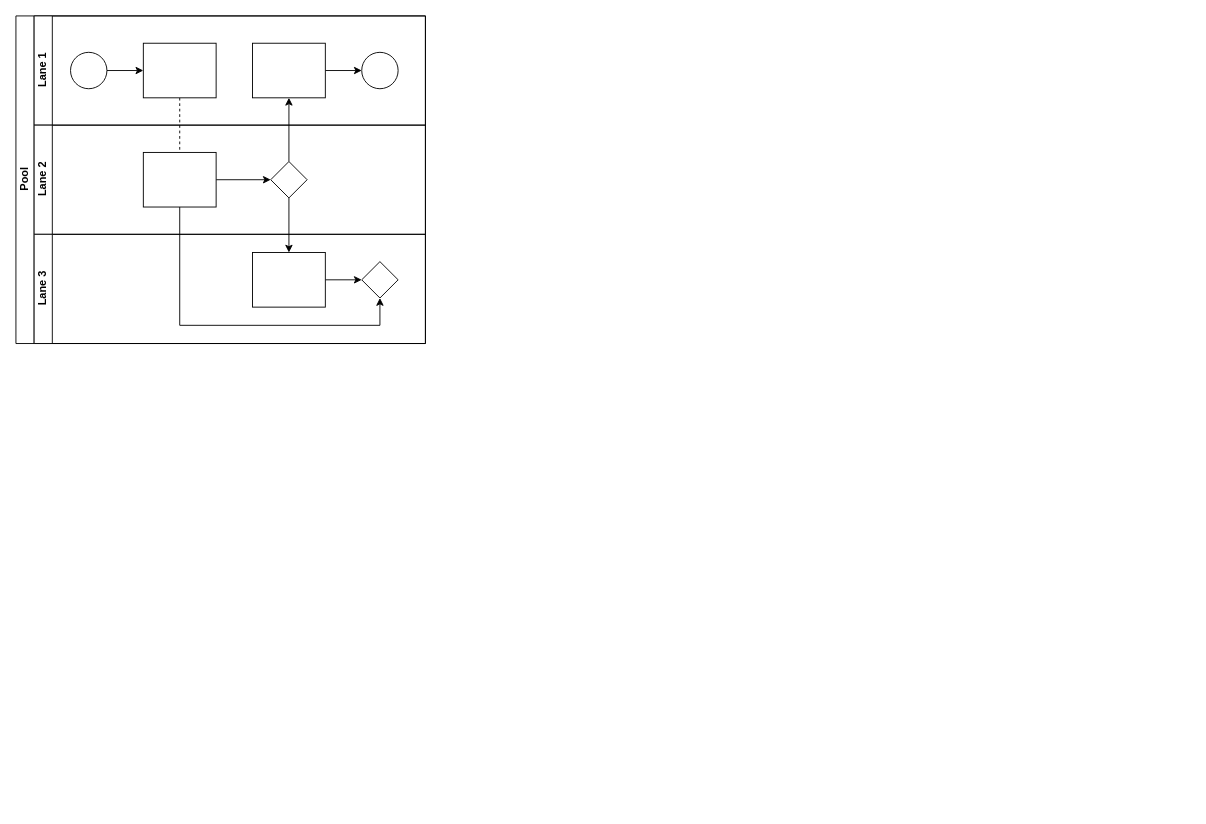
hjee02018/UML keeps this draw.io diagram as WMS_FrameWork.drawio. Above is the earlier version. Source tidied: cells renumbered, new cells numbered last; positions are measured from the earlier drawing's top-left corner, leaving out a move shared by most shapes. Both pictures are drawn from the tidied source at 91%, with x=0, y=0 at pixel (15, 15).
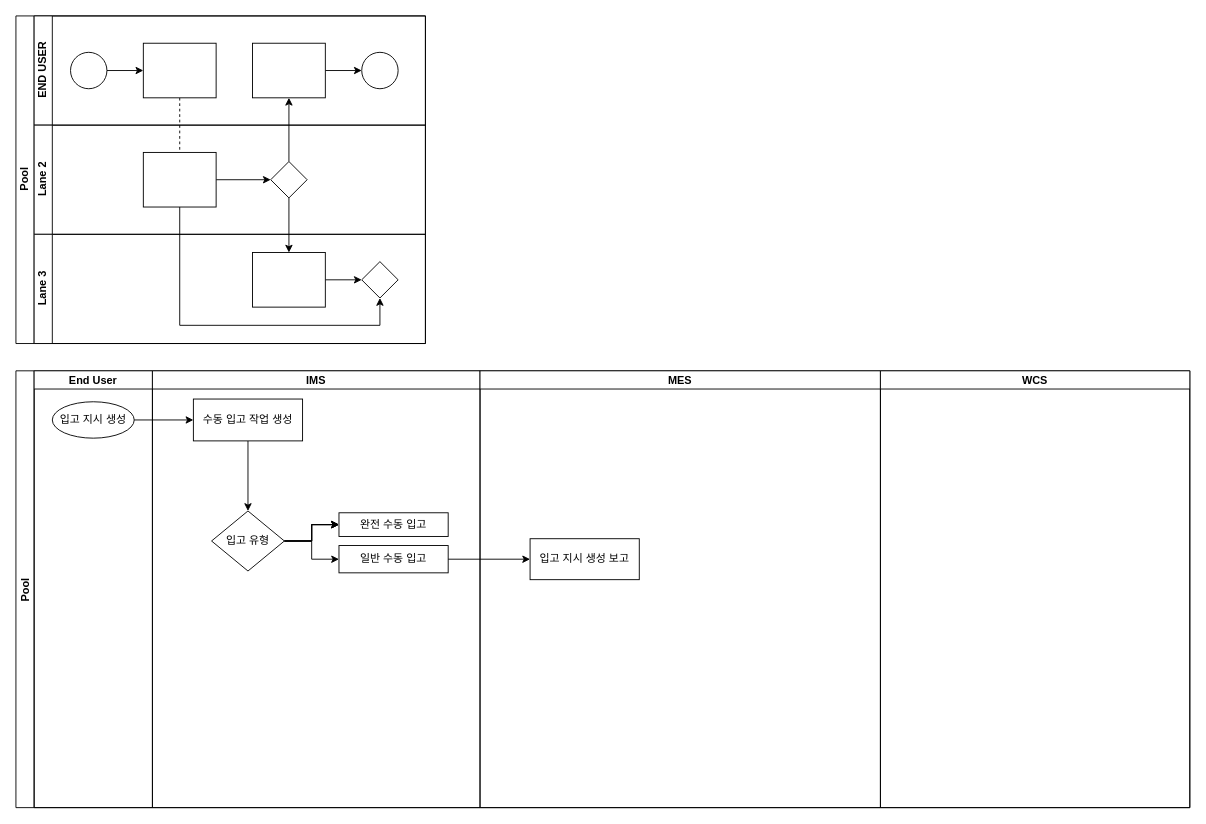
After the change.

The change refers to these unchanged cells:
```xml
<mxCell id="2" value="Pool" style="swimlane;html=1;horizontal=0;startSize=20;" parent="1" vertex="1">
  <mxGeometry width="450" height="360" as="geometry" />
</mxCell>
```

What changed in the source:
```diff
@@
-    <mxCell id="7" value="Lane 1" style="swimlane;html=1;startSize=20;horizontal=0;" parent="2" vertex="1">
+    <mxCell id="7" value="END USER" style="swimlane;html=1;startSize=20;horizontal=0;" parent="2" vertex="1">
       <mxGeometry x="20" width="430" height="120" as="geometry" />
     </mxCell>
@@
+    <mxCell id="22" value="Pool" style="swimlane;startSize=20;horizontal=0;" parent="1" vertex="1">
+      <mxGeometry y="390" width="1290" height="480" as="geometry" />
+    </mxCell>
+    <mxCell id="23" value="End User" style="swimlane;startSize=20;" parent="22" vertex="1">
+      <mxGeometry x="20" width="130" height="480" as="geometry" />
+    </mxCell>
+    <mxCell id="24" value="입고 지시 생성" style="ellipse;whiteSpace=wrap;html=1;" parent="23" vertex="1">
+      <mxGeometry x="20" y="34" width="90" height="40" as="geometry" />
+    </mxCell>
+    <mxCell id="25" value="IMS" style="swimlane;startSize=20;" parent="22" vertex="1">
+      <mxGeometry x="150" width="360" height="480" as="geometry" />
+    </mxCell>
+    <mxCell id="26" style="edgeStyle=orthogonalEdgeStyle;rounded=0;jettySize=auto;html=1;" parent="25" edge="1" source="27" target="33">
+      <mxGeometry relative="1" as="geometry" />
+    </mxCell>
+    <mxCell id="27" value="수동 입고 작업 생성" style="whiteSpace=wrap;html=1;" parent="25" vertex="1">
+      <mxGeometry x="45" y="31" width="120" height="46" as="geometry" />
+    </mxCell>
+    <mxCell id="28" style="edgeStyle=orthogonalEdgeStyle;rounded=0;jettySize=auto;html=1;" parent="25" edge="1" source="33" target="34">
+      <mxGeometry relative="1" as="geometry" />
+    </mxCell>
+    <mxCell id="29" style="edgeStyle=orthogonalEdgeStyle;rounded=0;jettySize=auto;html=1;" parent="25" edge="1" source="33" target="34">
+      <mxGeometry relative="1" as="geometry" />
+    </mxCell>
+    <mxCell id="30" style="edgeStyle=orthogonalEdgeStyle;rounded=0;jettySize=auto;html=1;" parent="25" edge="1" source="33" target="34">
+      <mxGeometry relative="1" as="geometry" />
+    </mxCell>
+    <mxCell id="31" style="edgeStyle=orthogonalEdgeStyle;rounded=0;jettySize=auto;html=1;" parent="25" edge="1" source="33" target="34">
+      <mxGeometry relative="1" as="geometry" />
+    </mxCell>
+    <mxCell id="32" style="edgeStyle=orthogonalEdgeStyle;rounded=0;jettySize=auto;html=1;" parent="25" edge="1" source="33" target="35">
+      <mxGeometry relative="1" as="geometry" />
+    </mxCell>
+    <mxCell id="33" value="입고 유형" style="rhombus;whiteSpace=wrap;html=1;" parent="25" vertex="1">
+      <mxGeometry x="65" y="154" width="80" height="66" as="geometry" />
+    </mxCell>
+    <mxCell id="34" value="완전 수동 입고" style="whiteSpace=wrap;html=1;" parent="25" vertex="1">
+      <mxGeometry x="205" y="156" width="120" height="26" as="geometry" />
+    </mxCell>
+    <mxCell id="35" value="일반 수동 입고" style="whiteSpace=wrap;html=1;" parent="25" vertex="1">
+      <mxGeometry x="205" y="192" width="120" height="30" as="geometry" />
+    </mxCell>
+    <mxCell id="36" style="edgeStyle=orthogonalEdgeStyle;rounded=0;jettySize=auto;html=1;" parent="22" edge="1" source="24" target="27">
+      <mxGeometry relative="1" as="geometry" />
+    </mxCell>
+    <mxCell id="37" value="MES" style="swimlane;startSize=20;" parent="22" vertex="1">
+      <mxGeometry x="510" width="440" height="480" as="geometry" />
+    </mxCell>
+    <mxCell id="38" value="입고 지시 생성 보고" style="whiteSpace=wrap;html=1;" parent="37" vertex="1">
+      <mxGeometry x="55" y="184.5" width="120" height="45" as="geometry" />
+    </mxCell>
+    <mxCell id="39" value="WCS" style="swimlane;startSize=20;" parent="22" vertex="1">
+      <mxGeometry x="950" width="340" height="480" as="geometry" />
+    </mxCell>
+    <mxCell id="40" style="edgeStyle=orthogonalEdgeStyle;rounded=0;jettySize=auto;html=1;" parent="22" edge="1" source="35" target="38">
+      <mxGeometry relative="1" as="geometry" />
+    </mxCell>
```
